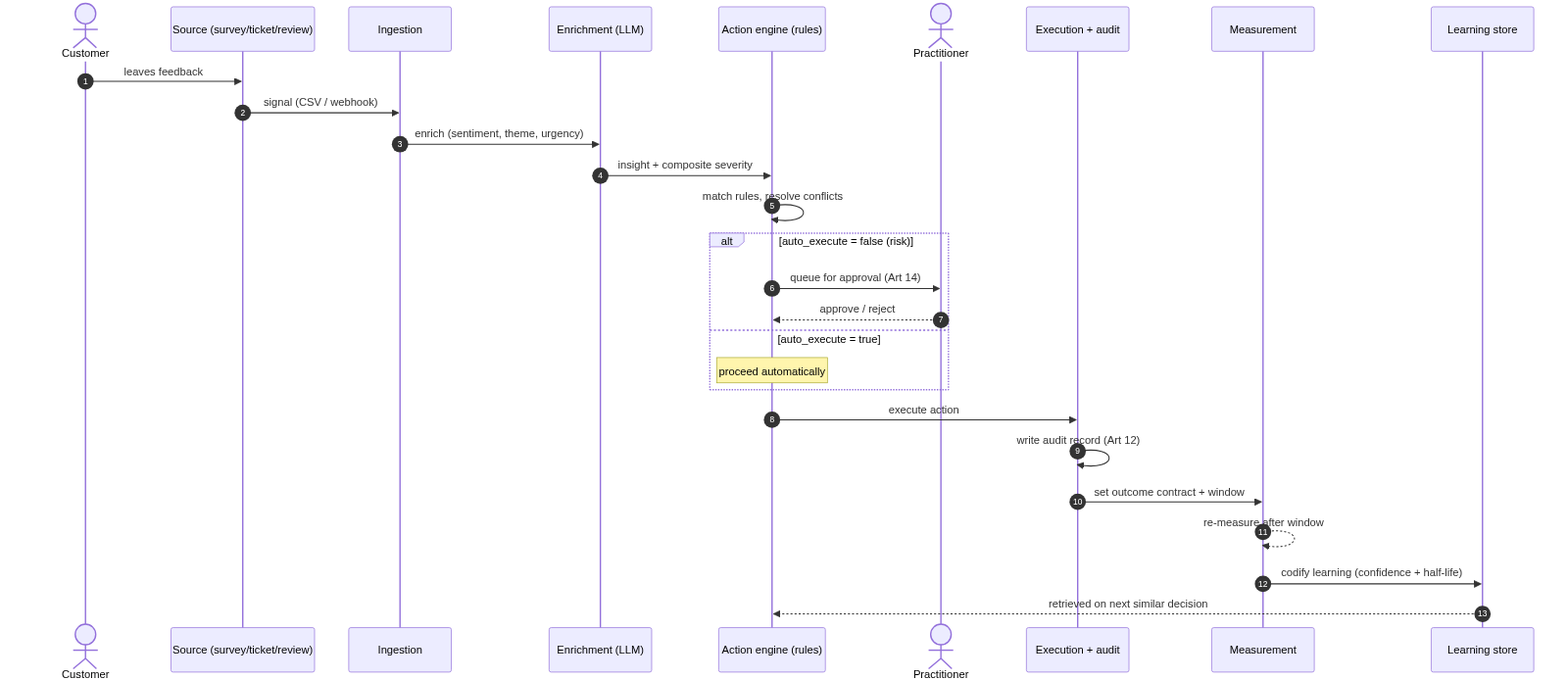
Earlier version of the Mermaid export thesis/diagrams/rendered/05_sequence_hitl.png (fogu13/CLARA). Its source is kept beside it as thesis/diagrams/05_sequence_hitl.mmd.
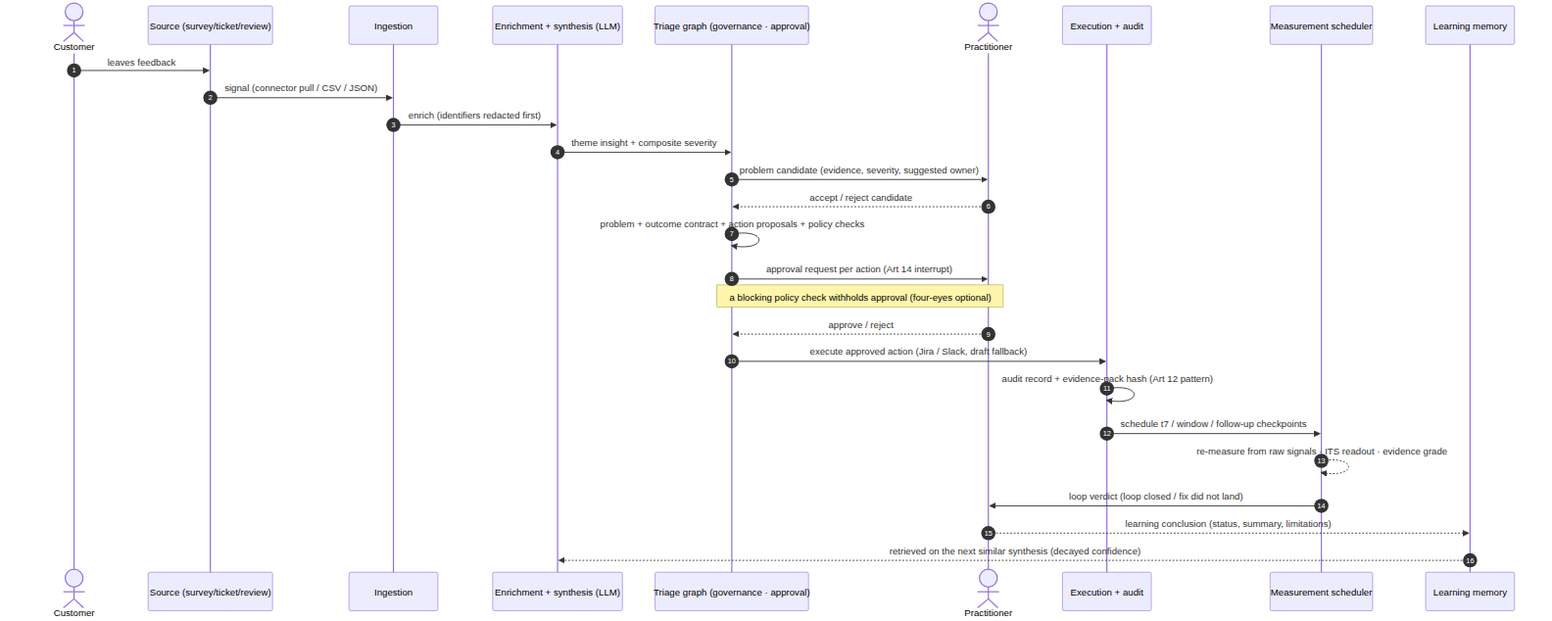
After the change.

What changed in the source:
```diff
@@ -3,27 +3,27 @@
     actor Cust as Customer
     participant Src as Source (survey/ticket/review)
     participant Ing as Ingestion
-    participant LLM as Enrichment (LLM)
-    participant Eng as Action engine (rules)
+    participant LLM as Enrichment + synthesis (LLM)
+    participant Eng as Triage graph (governance · approval)
     actor Op as Practitioner
     participant Sys as Execution + audit
-    participant Meas as Measurement
-    participant Mem as Learning store
+    participant Meas as Measurement scheduler
+    participant Mem as Learning memory
 
     Cust->>Src: leaves feedback
-    Src->>Ing: signal (CSV / webhook)
-    Ing->>LLM: enrich (sentiment, theme, urgency)
-    LLM->>Eng: insight + composite severity
-    Eng->>Eng: match rules, resolve conflicts
-    alt auto_execute = false (risk)
-        Eng->>Op: queue for approval (Art 14)
-        Op-->>Eng: approve / reject
-    else auto_execute = true
-        Note over Eng: proceed automatically
-    end
-    Eng->>Sys: execute action
-    Sys->>Sys: write audit record (Art 12)
-    Sys->>Meas: set outcome contract + window
-    Meas-->>Meas: re-measure after window
-    Meas->>Mem: codify learning (confidence + half-life)
-    Mem-->>Eng: retrieved on next similar decision
+    Src->>Ing: signal (connector pull / CSV / JSON)
+    Ing->>LLM: enrich (identifiers redacted first)
+    LLM->>Eng: theme insight + composite severity
+    Eng->>Op: problem candidate (evidence, severity, suggested owner)
+    Op-->>Eng: accept / reject candidate
+    Eng->>Eng: problem + outcome contract + action proposals + policy checks
+    Eng->>Op: approval request per action (Art 14 interrupt)
+    Note over Eng,Op: a blocking policy check withholds approval (four-eyes optional)
+    Op-->>Eng: approve / reject
+    Eng->>Sys: execute approved action (Jira / Slack, draft fallback)
+    Sys->>Sys: audit record + evidence-pack hash (Art 12 pattern)
+    Sys->>Meas: schedule t7 / window / follow-up checkpoints
+    Meas-->>Meas: re-measure from raw signals · ITS readout · evidence grade
+    Meas->>Op: loop verdict (loop closed / fix did not land)
+    Op-->>Mem: learning conclusion (status, summary, limitations)
+    Mem-->>LLM: retrieved on the next similar synthesis (decayed confidence)
```
